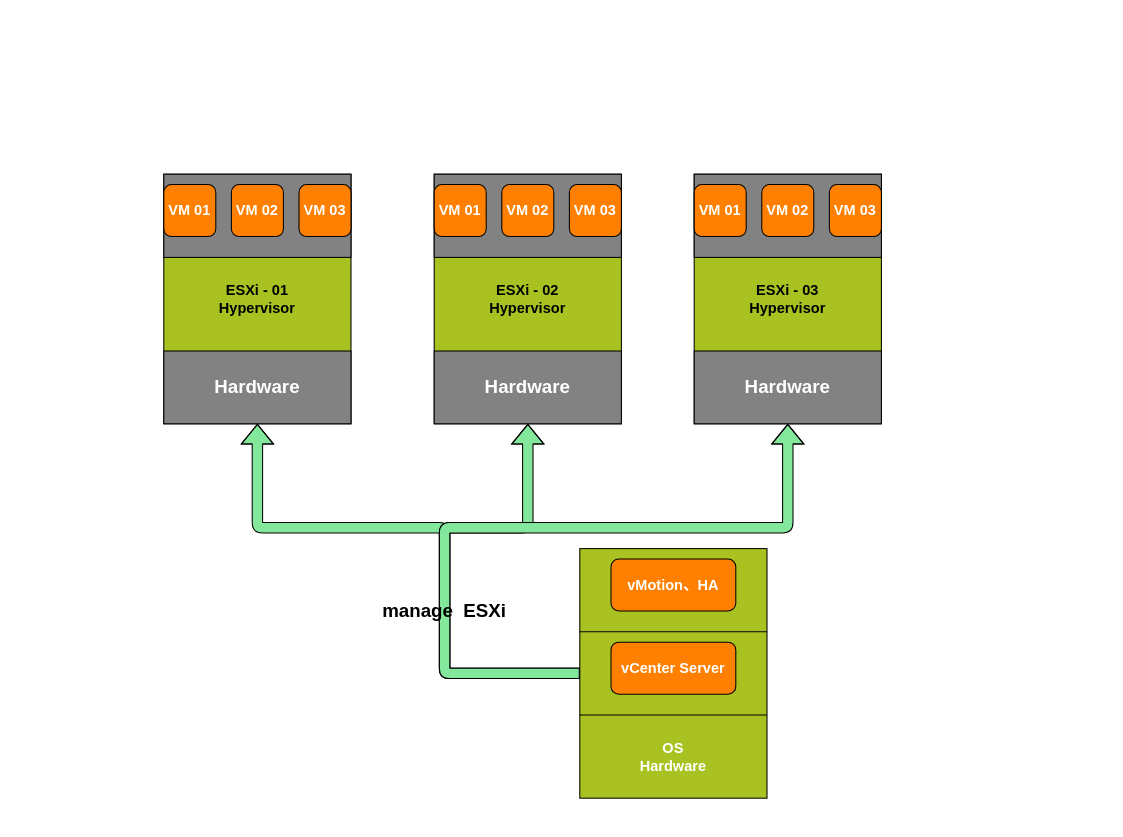
Earlier version of the draw.io diagram vmware_arch.drawio (AndyLee130827/draw_io). Source tidied: cells renumbered, new cells numbered last; positions are measured from the earlier drawing's top-left corner, leaving out a move shared by most shapes. Both pictures are drawn from the tidied source at 104%, with x=0, y=0 at pixel (163, 174).
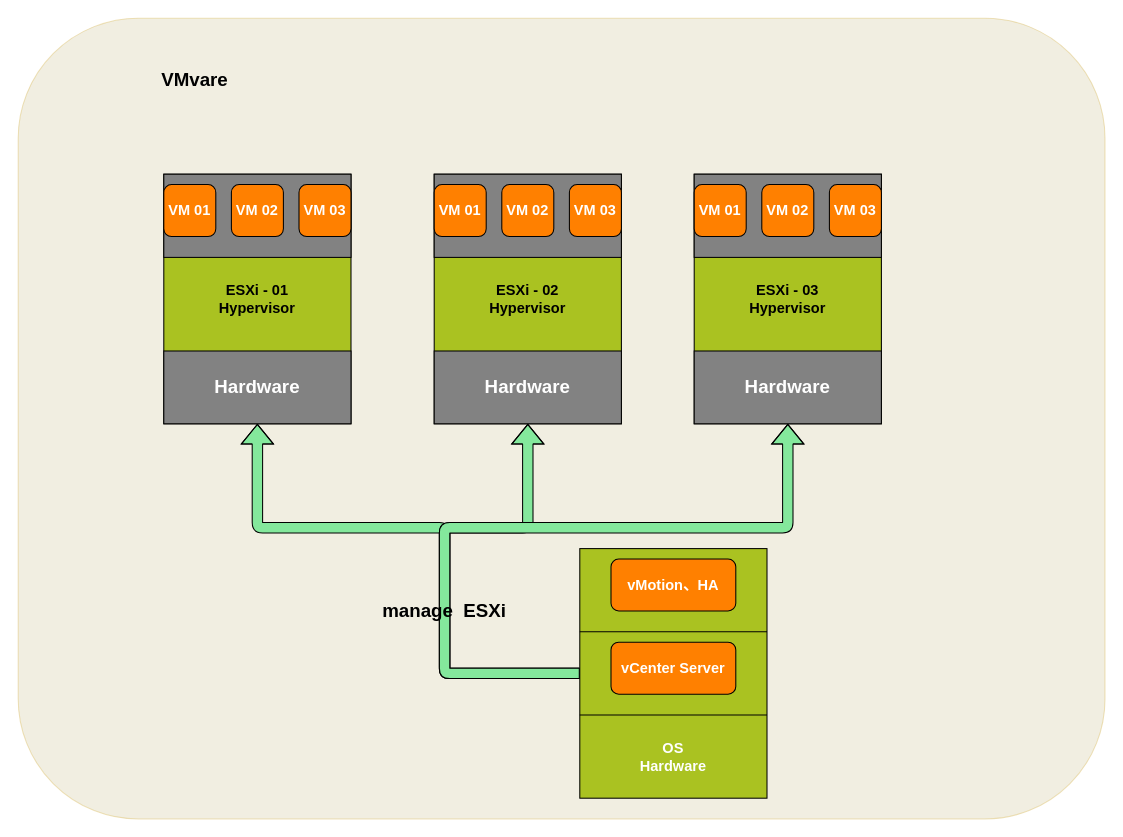
Above is the later version.

Change to the diagram source:
```diff
@@
+    <mxCell id="36" style="rounded=1;whiteSpace=wrap;html=1;fillColor=#DCD5B4;strokeColor=#d6b656;opacity=40;" parent="1" vertex="1">
+      <mxGeometry x="-140" y="-150" width="1045" height="770" as="geometry" />
+    </mxCell>
@@
+    <mxCell id="37" value="&lt;font style=&quot;font-size: 18px&quot;&gt;&lt;b&gt;VMvare&lt;/b&gt;&lt;/font&gt;" style="text;html=1;strokeColor=none;fillColor=none;align=center;verticalAlign=middle;whiteSpace=wrap;rounded=0;opacity=40;" parent="1" vertex="1">
+      <mxGeometry x="10" y="-100" width="40" height="20" as="geometry" />
+    </mxCell>
```
